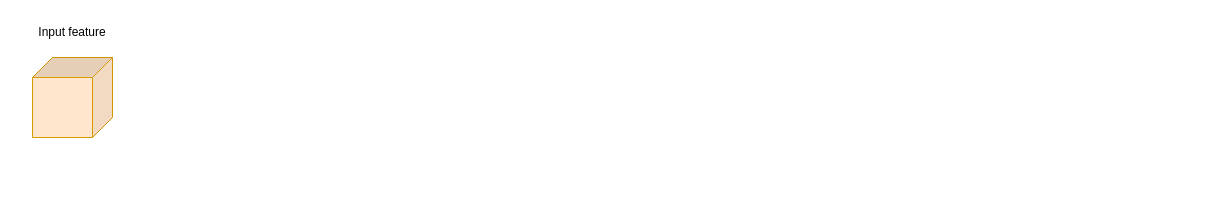
semihhdemirel/semihhdemirel keeps this draw.io diagram as ggcm.drawio. Above is the earlier version. Source tidied: cells renumbered, new cells numbered last; positions are measured from the earlier drawing's top-left corner, leaving out a move shared by most shapes. Both pictures are drawn from the tidied source at 100%, with x=0, y=0 at pixel (32, 17).
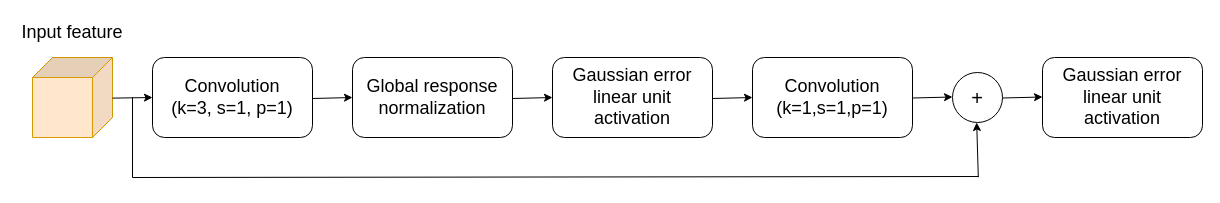
Above is the later version.

The change refers to these unchanged cells:
```xml
<mxCell id="2" style="shape=cube;whiteSpace=wrap;html=1;boundedLbl=1;backgroundOutline=1;darkOpacity=0.05;darkOpacity2=0.1;size=20;direction=south;fillColor=#ffe6cc;strokeColor=#d79b00;" parent="1" vertex="1">
  <mxGeometry y="40" width="80" height="80" as="geometry" />
</mxCell>
```

Diff of the diagram source:
```diff
@@
-    <mxCell id="3" value="Input feature" style="text;html=1;align=center;verticalAlign=middle;whiteSpace=wrap;rounded=0;" parent="1" vertex="1">
-      <mxGeometry width="80" height="30" as="geometry" />
+    <mxCell id="3" value="&lt;font style=&quot;font-size: 18px;&quot;&gt;Input feature&lt;/font&gt;" style="text;html=1;align=center;verticalAlign=middle;whiteSpace=wrap;rounded=0;" parent="1" vertex="1">
+      <mxGeometry x="-15" width="110" height="30" as="geometry" />
     </mxCell>
+    <mxCell id="4" style="endArrow=classic;html=1;rounded=0;exitX=0.508;exitY=0.001;exitDx=0;exitDy=0;exitPerimeter=0;" parent="1" edge="1" source="2">
+      <mxGeometry relative="1" as="geometry">
+        <mxPoint x="120" y="80" as="targetPoint" />
+      </mxGeometry>
+    </mxCell>
+    <mxCell id="5" value="&lt;font style=&quot;font-size: 18px;&quot;&gt;Convolution&lt;/font&gt;&lt;div&gt;&lt;font style=&quot;font-size: 18px;&quot;&gt;(k=3, s=1, p=1)&lt;/font&gt;&lt;/div&gt;" style="rounded=1;whiteSpace=wrap;html=1;" parent="1" vertex="1">
+      <mxGeometry x="120" y="40" width="160" height="80" as="geometry" />
+    </mxCell>
+    <mxCell id="6" style="endArrow=classic;html=1;rounded=0;exitX=0.508;exitY=0.001;exitDx=0;exitDy=0;exitPerimeter=0;" parent="1" edge="1">
+      <mxGeometry relative="1" as="geometry">
+        <mxPoint x="280" y="81" as="sourcePoint" />
+        <mxPoint x="320" y="80" as="targetPoint" />
+      </mxGeometry>
+    </mxCell>
+    <mxCell id="7" value="&lt;font style=&quot;font-size: 18px;&quot;&gt;Global response normalization&lt;/font&gt;" style="rounded=1;whiteSpace=wrap;html=1;" parent="1" vertex="1">
+      <mxGeometry x="320" y="40" width="160" height="80" as="geometry" />
+    </mxCell>
+    <mxCell id="8" style="endArrow=classic;html=1;rounded=0;exitX=0.508;exitY=0.001;exitDx=0;exitDy=0;exitPerimeter=0;" parent="1" edge="1">
+      <mxGeometry relative="1" as="geometry">
+        <mxPoint x="480" y="81" as="sourcePoint" />
+        <mxPoint x="520" y="80" as="targetPoint" />
+      </mxGeometry>
+    </mxCell>
+    <mxCell id="9" value="&lt;font style=&quot;font-size: 18px;&quot;&gt;Gaussian error linear unit activation&lt;/font&gt;" style="rounded=1;whiteSpace=wrap;html=1;" parent="1" vertex="1">
+      <mxGeometry x="520" y="40" width="160" height="80" as="geometry" />
+    </mxCell>
+    <mxCell id="10" style="endArrow=classic;html=1;rounded=0;exitX=0.508;exitY=0.001;exitDx=0;exitDy=0;exitPerimeter=0;" parent="1" edge="1">
+      <mxGeometry relative="1" as="geometry">
+        <mxPoint x="680" y="81" as="sourcePoint" />
+        <mxPoint x="720" y="80" as="targetPoint" />
+      </mxGeometry>
+    </mxCell>
+    <mxCell id="11" value="&lt;font style=&quot;font-size: 18px;&quot;&gt;Convolution&lt;/font&gt;&lt;div&gt;&lt;font style=&quot;font-size: 18px;&quot;&gt;(k=1,s=1,p=1)&lt;/font&gt;&lt;/div&gt;" style="rounded=1;whiteSpace=wrap;html=1;" parent="1" vertex="1">
+      <mxGeometry x="720" y="40" width="160" height="80" as="geometry" />
+    </mxCell>
+    <mxCell id="12" style="endArrow=classic;html=1;rounded=0;exitX=0.508;exitY=0.001;exitDx=0;exitDy=0;exitPerimeter=0;" parent="1" edge="1">
+      <mxGeometry relative="1" as="geometry">
+        <mxPoint x="880" y="80.5" as="sourcePoint" />
+        <mxPoint x="920" y="79.5" as="targetPoint" />
+      </mxGeometry>
+    </mxCell>
+    <mxCell id="13" value="&lt;font style=&quot;font-size: 20px;&quot;&gt;+&lt;/font&gt;" style="ellipse;whiteSpace=wrap;html=1;" parent="1" vertex="1">
+      <mxGeometry x="920" y="55" width="50" height="50" as="geometry" />
+    </mxCell>
+    <mxCell id="14" style="endArrow=none;html=1;rounded=0;" parent="1" edge="1">
+      <mxGeometry relative="1" as="geometry">
+        <mxPoint x="100" y="160" as="sourcePoint" />
+        <mxPoint x="100" y="80" as="targetPoint" />
+      </mxGeometry>
+    </mxCell>
+    <mxCell id="15" style="endArrow=none;html=1;rounded=0;" parent="1" edge="1">
+      <mxGeometry relative="1" as="geometry">
+        <mxPoint x="100" y="160" as="sourcePoint" />
+        <mxPoint x="946" y="159" as="targetPoint" />
+      </mxGeometry>
+    </mxCell>
+    <mxCell id="16" style="endArrow=classic;html=1;rounded=0;entryX=0.369;entryY=1.006;entryDx=0;entryDy=0;entryPerimeter=0;" parent="1" edge="1">
+      <mxGeometry relative="1" as="geometry">
+        <mxPoint x="945.8" y="159.7" as="sourcePoint" />
+        <mxPoint x="944.2" y="105" as="targetPoint" />
+      </mxGeometry>
+    </mxCell>
+    <mxCell id="17" style="endArrow=classic;html=1;rounded=0;exitX=0.508;exitY=0.001;exitDx=0;exitDy=0;exitPerimeter=0;" parent="1" edge="1">
+      <mxGeometry relative="1" as="geometry">
+        <mxPoint x="970" y="80.5" as="sourcePoint" />
+        <mxPoint x="1010" y="79.5" as="targetPoint" />
+      </mxGeometry>
+    </mxCell>
+    <mxCell id="18" value="&lt;font style=&quot;font-size: 18px;&quot;&gt;Gaussian error linear unit activation&lt;/font&gt;" style="rounded=1;whiteSpace=wrap;html=1;" parent="1" vertex="1">
+      <mxGeometry x="1010" y="40" width="160" height="80" as="geometry" />
+    </mxCell>
```
